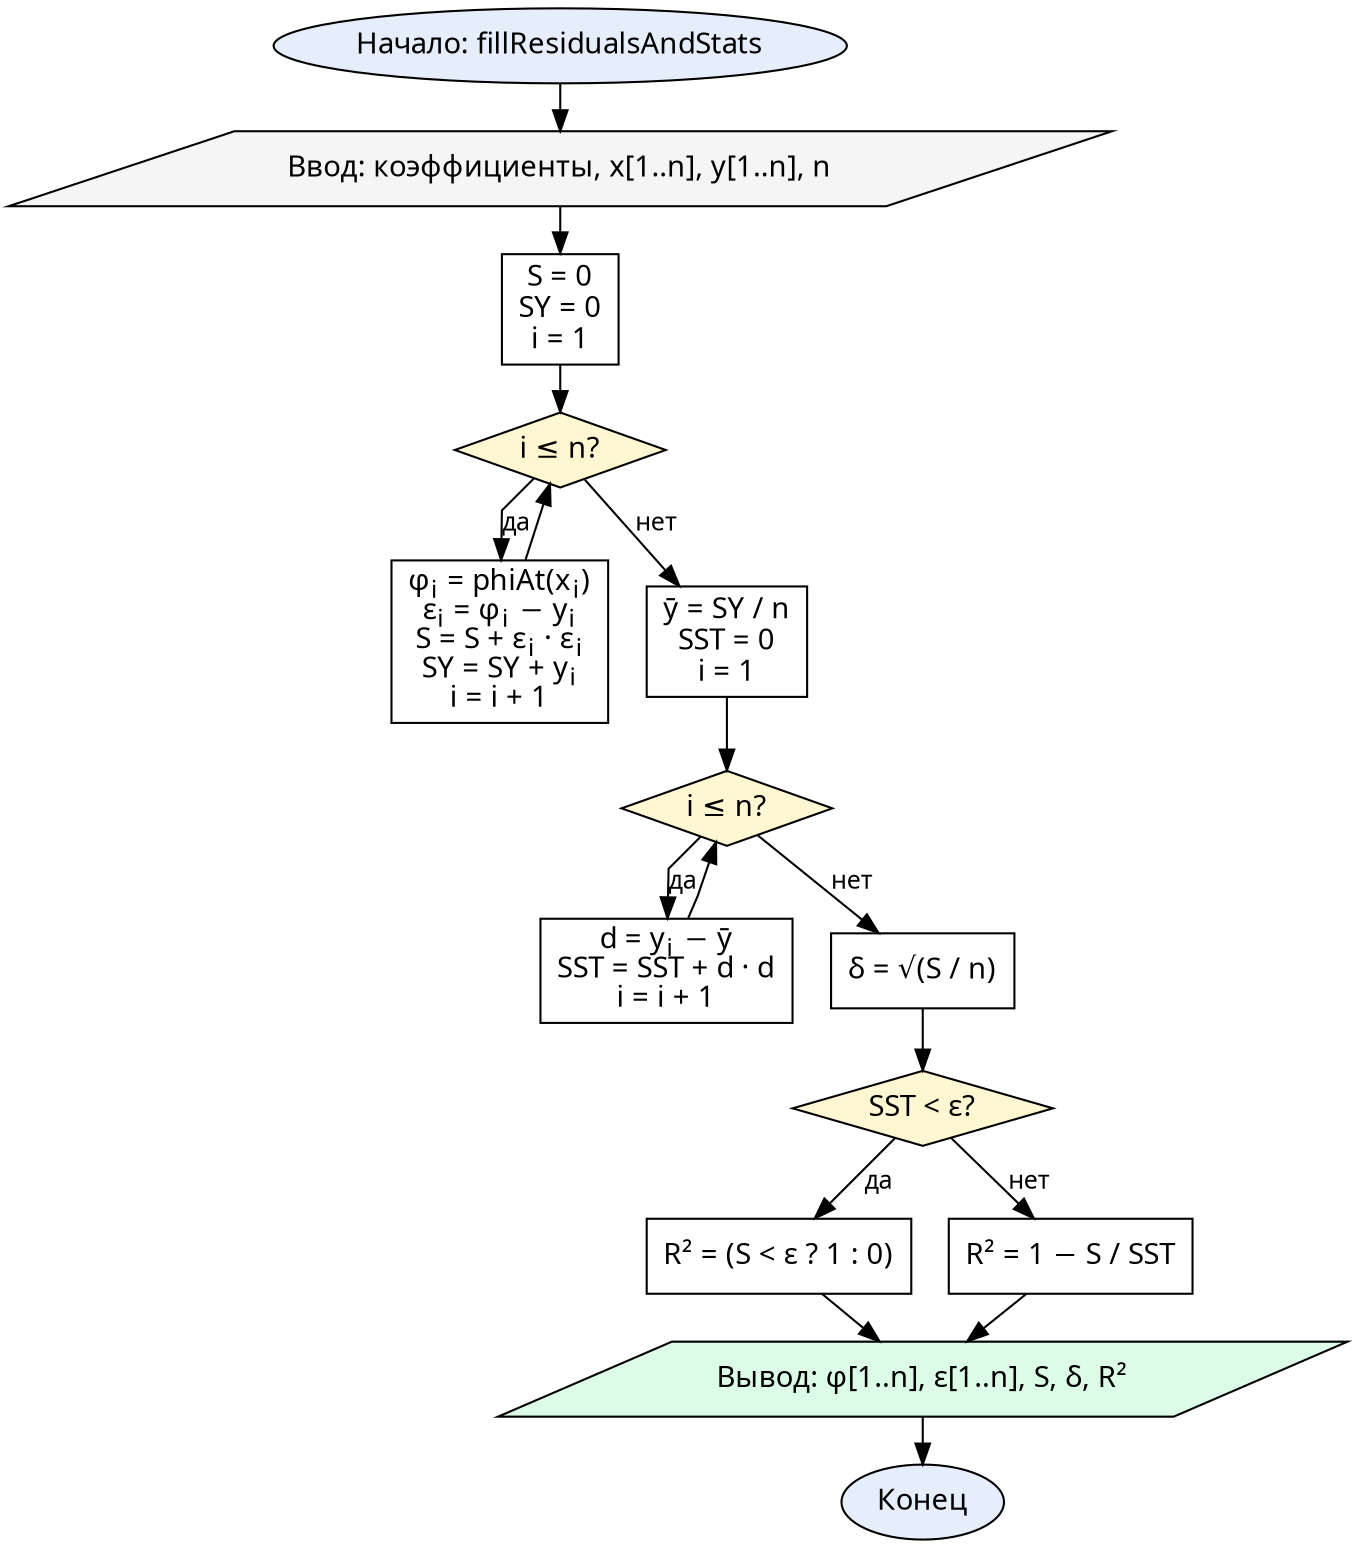
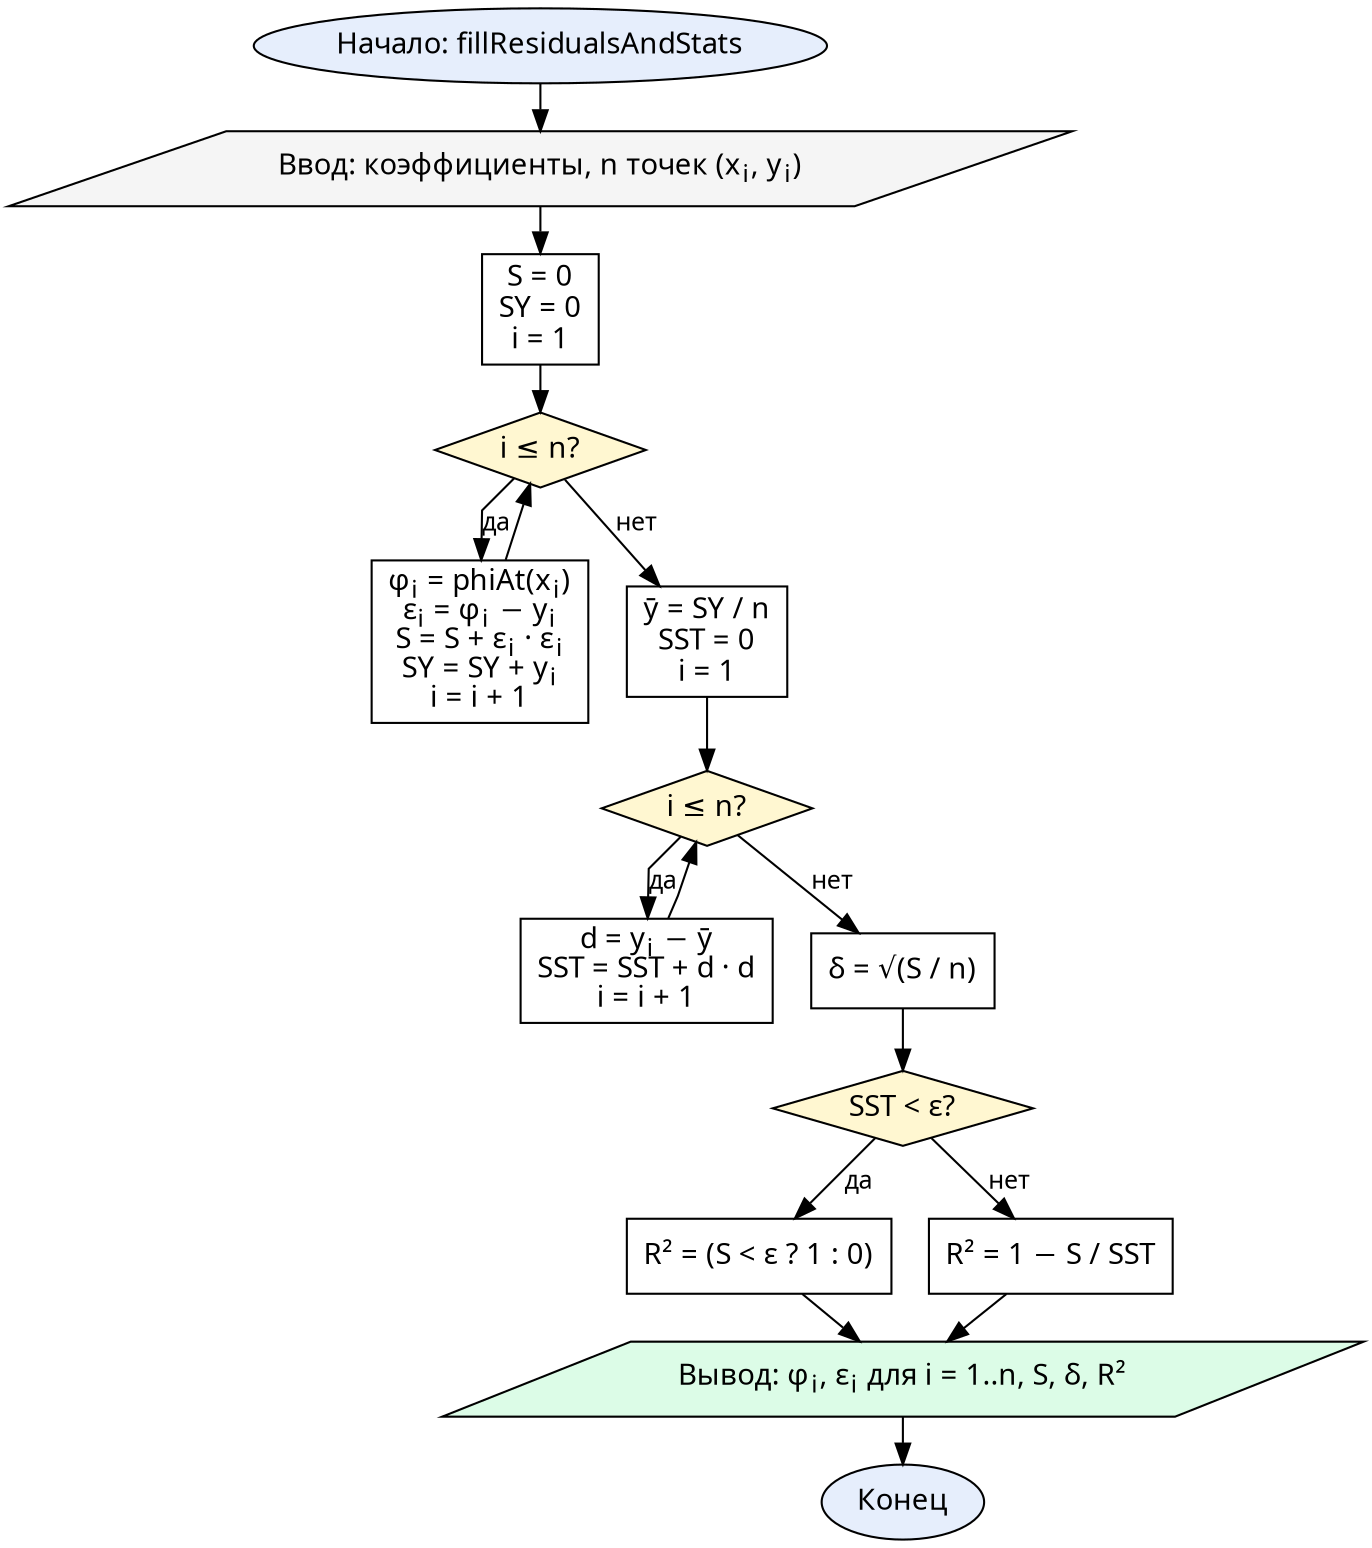
digraph LSStats {
  graph [fontname="CMU Serif", rankdir=TB, nodesep=0.25, ranksep=0.3, splines=polyline]
  node  [fontname="CMU Serif", fontsize=14, style="filled", fillcolor="#ffffff", color="#000000"]
  edge  [fontname="CMU Serif", fontsize=12, color="#000000"]

  start  [label="Начало: fillResidualsAndStats", shape=oval, fillcolor="#e6eefc"]
-   input  [label="Ввод: коэффициенты, x[1..n], y[1..n], n", shape=parallelogram, fillcolor="#f5f5f5"]
+   input  [label=<Ввод: коэффициенты, n точек (x<SUB>i</SUB>, y<SUB>i</SUB>)>, shape=parallelogram, fillcolor="#f5f5f5"]
  z1     [label=<S = 0<BR/>SY = 0<BR/>i = 1>, shape=box]
  loop1  [label=<i ≤ n?>, shape=diamond, fillcolor="#fff7d1"]
  body1  [label=<φ<SUB>i</SUB> = phiAt(x<SUB>i</SUB>)<BR/>ε<SUB>i</SUB> = φ<SUB>i</SUB> − y<SUB>i</SUB><BR/>S = S + ε<SUB>i</SUB> · ε<SUB>i</SUB><BR/>SY = SY + y<SUB>i</SUB><BR/>i = i + 1>, shape=box]
  meany  [label=<ȳ = SY / n<BR/>SST = 0<BR/>i = 1>, shape=box]
  loop2  [label=<i ≤ n?>, shape=diamond, fillcolor="#fff7d1"]
  body2  [label=<d = y<SUB>i</SUB> − ȳ<BR/>SST = SST + d · d<BR/>i = i + 1>, shape=box]
  rms    [label=<δ = √(S / n)>, shape=box]
  chk    [label=<SST &lt; ε?>, shape=diamond, fillcolor="#fff7d1"]
  r2a    [label=<R² = (S &lt; ε ? 1 : 0)>, shape=box]
  r2b    [label=<R² = 1 − S / SST>, shape=box]
-   output [label=<Вывод: φ[1..n], ε[1..n], S, δ, R²>, shape=parallelogram, fillcolor="#dcfce7"]
+   output [label=<Вывод: φ<SUB>i</SUB>, ε<SUB>i</SUB> для i = 1..n, S, δ, R²>, shape=parallelogram, fillcolor="#dcfce7"]
  stop   [label="Конец", shape=oval, fillcolor="#e6eefc"]

  start -> input -> z1 -> loop1
  loop1 -> body1 [label="да"]
  body1 -> loop1
  loop1 -> meany [label="нет"]
  meany -> loop2
  loop2 -> body2 [label="да"]
  body2 -> loop2
  loop2 -> rms [label="нет"]
  rms -> chk
  chk -> r2a [label="да"]
  chk -> r2b [label="нет"]
  r2a -> output
  r2b -> output
  output -> stop
}
